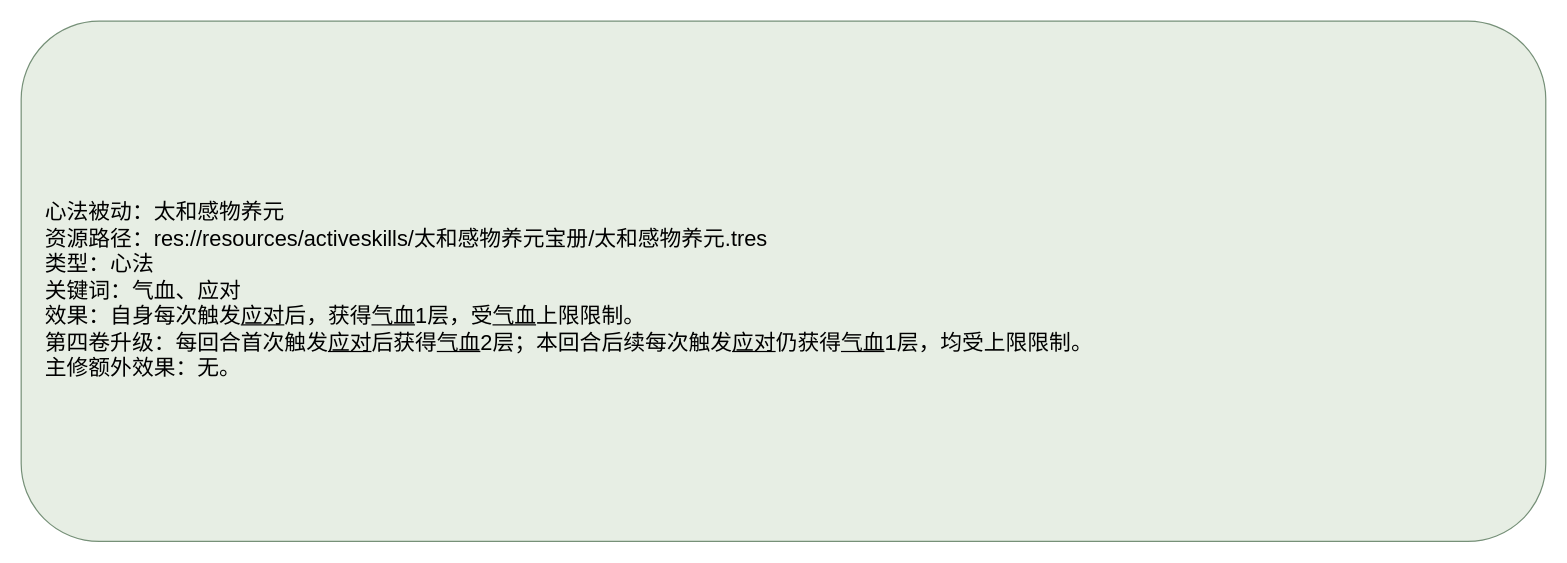
This is docs/卡牌词典/秘籍技能/太和感物养元宝册/心法.drawio from ankundanetracyc-spec/tian-guan-you-du, a draw.io file, before an edit. Source tidied: cells renumbered, new cells numbered last; positions are measured from the earlier drawing's top-left corner, leaving out a move shared by most shapes. Both pictures are drawn from the tidied source at 121%, with x=0, y=0 at pixel (21, 21).
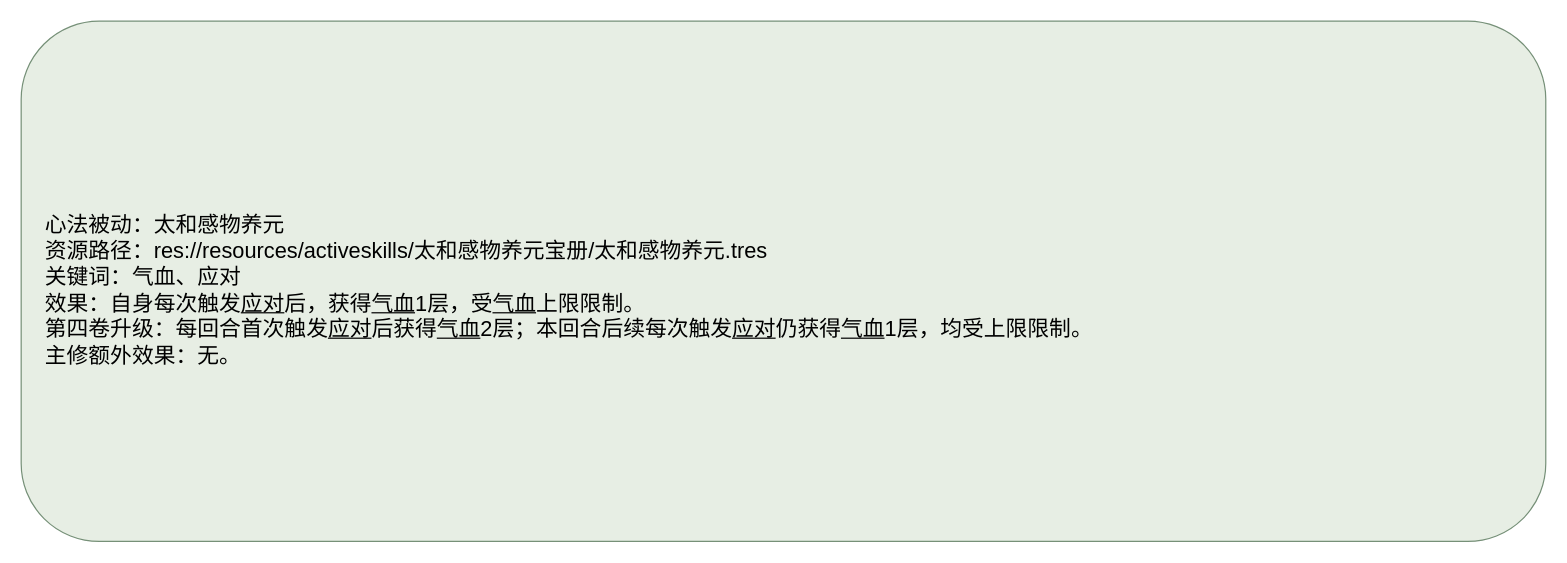
The same diagram, later.

Change to the diagram source:
```diff
@@
 <mxGraphModel>
   <root>
     <mxCell id="0" />
     <mxCell id="1" parent="0" />
-    <mxCell id="2" value="&lt;div style=&quot;text-align:left;&quot;&gt;心法被动：太和感物养元&lt;br&gt;资源路径：res://resources/activeskills/太和感物养元宝册/太和感物养元.tres&lt;br&gt;类型：心法&lt;br&gt;关键词：气血、应对&lt;br&gt;效果：自身每次触发&lt;u&gt;应对&lt;/u&gt;后，获得&lt;u&gt;气血&lt;/u&gt;1层，受&lt;u&gt;气血&lt;/u&gt;上限限制。&lt;br&gt;第四卷升级：每回合首次触发&lt;u&gt;应对&lt;/u&gt;后获得&lt;u&gt;气血&lt;/u&gt;2层；本回合后续每次触发&lt;u&gt;应对&lt;/u&gt;仍获得&lt;u&gt;气血&lt;/u&gt;1层，均受上限限制。&lt;br&gt;主修额外效果：无。&lt;/div&gt;" style="rounded=1;whiteSpace=wrap;html=1;fillColor=#e7eee4;strokeColor=#769078;fontSize=18;align=left;spacingLeft=18;spacingTop=16;" parent="1" vertex="1">
+    <mxCell id="2" value="&lt;div style=&quot;text-align:left;&quot;&gt;心法被动：太和感物养元&lt;br&gt;资源路径：res://resources/activeskills/太和感物养元宝册/太和感物养元.tres&lt;br&gt;关键词：气血、应对&lt;br&gt;效果：自身每次触发&lt;u&gt;应对&lt;/u&gt;后，获得&lt;u&gt;气血&lt;/u&gt;1层，受&lt;u&gt;气血&lt;/u&gt;上限限制。&lt;br&gt;第四卷升级：每回合首次触发&lt;u&gt;应对&lt;/u&gt;后获得&lt;u&gt;气血&lt;/u&gt;2层；本回合后续每次触发&lt;u&gt;应对&lt;/u&gt;仍获得&lt;u&gt;气血&lt;/u&gt;1层，均受上限限制。&lt;br&gt;主修额外效果：无。&lt;/div&gt;" style="rounded=1;whiteSpace=wrap;html=1;fillColor=#e7eee4;strokeColor=#769078;fontSize=18;align=left;spacingLeft=18;spacingTop=16;" parent="1" vertex="1">
       <mxGeometry width="1260" height="430" as="geometry" />
     </mxCell>
   </root>
 </mxGraphModel>
```
